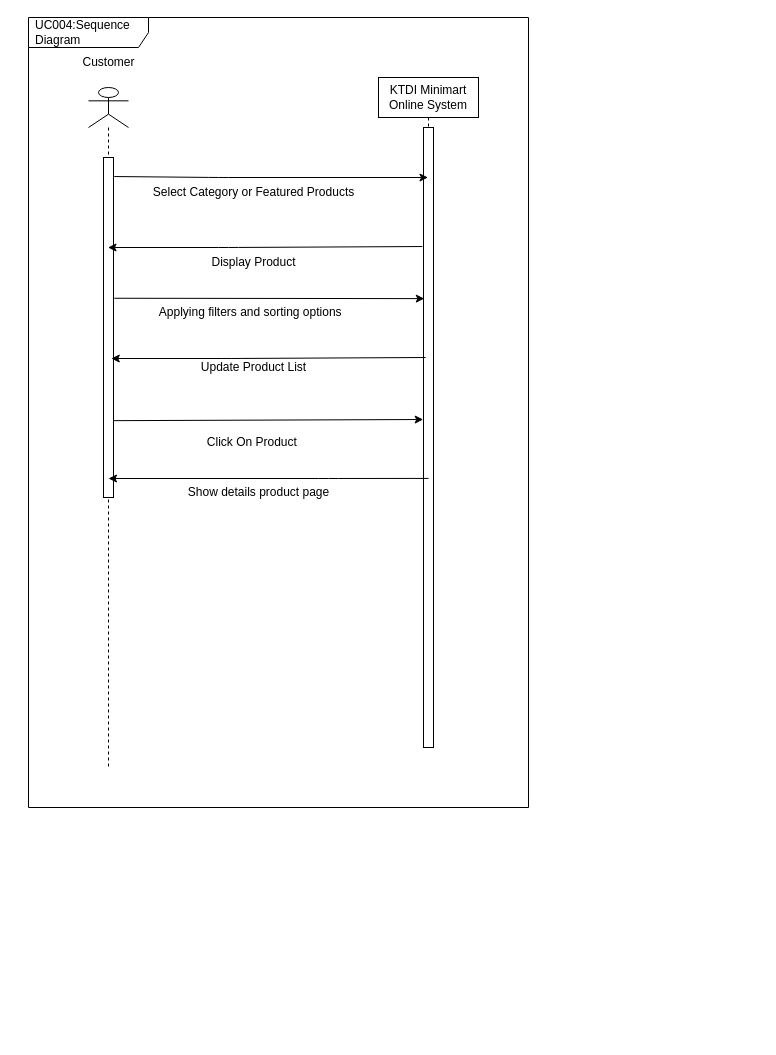
Before: proposal/submission/sec02/Allen/UC004/sequence diagram.drawio in drshahizan/software-engineering, a draw.io diagram. Source tidied: cells renumbered, new cells numbered last; positions are measured from the earlier drawing's top-left corner, leaving out a move shared by most shapes. Both pictures are drawn from the tidied source at 100%, with x=0, y=0 at pixel (28, 17).
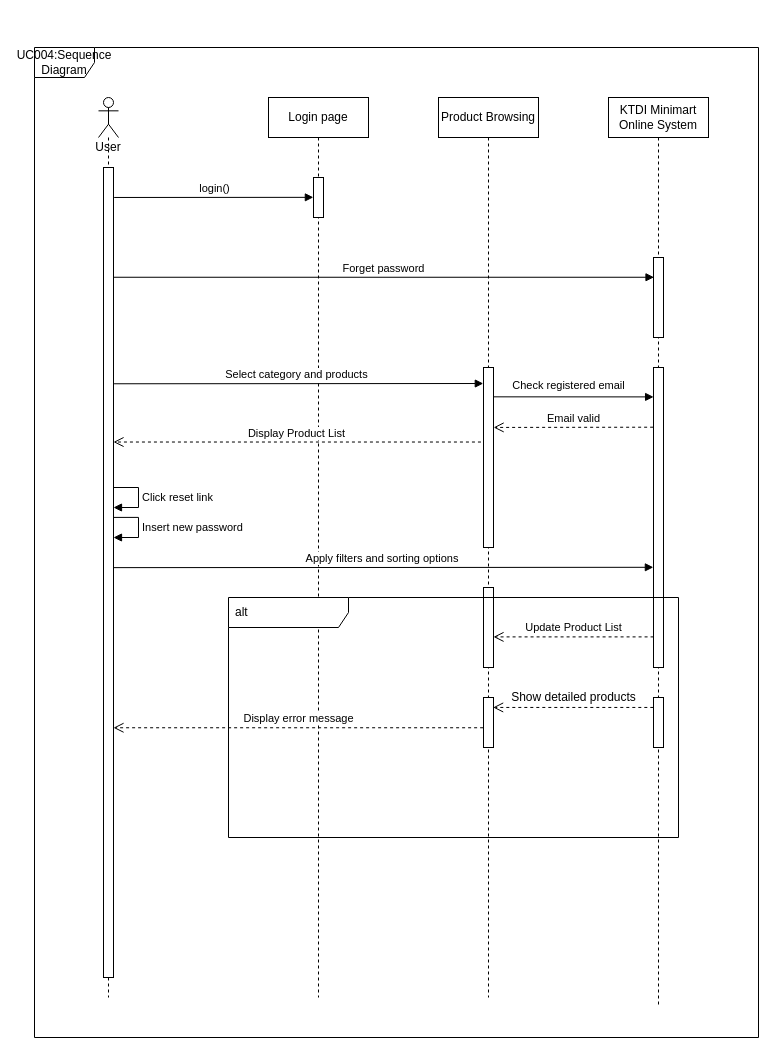
The same diagram, later.

The edit, as a diff of the source:
```diff
@@
-    <mxCell id="2" style="shape=umlLifeline;participant=umlActor;perimeter=lifelinePerimeter;whiteSpace=wrap;html=1;verticalAlign=top;spacingTop=36;outlineConnect=0;" parent="1" vertex="1">
-      <mxGeometry x="60" y="70" width="40" height="680" as="geometry" />
-    </mxCell>
-    <mxCell id="3" style="html=1;points=[];perimeter=orthogonalPerimeter;" parent="2" vertex="1">
-      <mxGeometry x="15" y="70" width="10" height="340" as="geometry" />
-    </mxCell>
+    <mxCell id="20" value="User" style="shape=umlLifeline;participant=umlActor;perimeter=lifelinePerimeter;whiteSpace=wrap;html=1;verticalAlign=top;spacingTop=36;" parent="1" vertex="1">
+      <mxGeometry x="70" y="80" width="20" height="900" as="geometry" />
+    </mxCell>
+    <mxCell id="21" style="html=1;points=[];perimeter=orthogonalPerimeter;" parent="20" vertex="1">
+      <mxGeometry x="5" y="70" width="10" height="810" as="geometry" />
+    </mxCell>
+    <mxCell id="22" value="Click reset link" style="edgeStyle=orthogonalEdgeStyle;html=1;align=left;spacingLeft=2;endArrow=block;rounded=0;entryX=1;entryY=0;" parent="20" edge="1">
+      <mxGeometry relative="1" as="geometry">
+        <mxPoint x="15" y="390" as="sourcePoint" />
+        <mxPoint x="15" y="410" as="targetPoint" />
+        <Array as="points">
+          <mxPoint x="40" y="390" />
+        </Array>
+      </mxGeometry>
+    </mxCell>
+    <mxCell id="23" value="Insert new password" style="edgeStyle=orthogonalEdgeStyle;html=1;align=left;spacingLeft=2;endArrow=block;rounded=0;entryX=1;entryY=0;exitX=1.025;exitY=0.432;exitDx=0;exitDy=0;exitPerimeter=0;" parent="20" edge="1" source="21">
+      <mxGeometry relative="1" as="geometry">
+        <mxPoint x="15" y="440" as="targetPoint" />
+        <Array as="points">
+          <mxPoint x="40" y="420" />
+          <mxPoint x="40" y="440" />
+        </Array>
+      </mxGeometry>
+    </mxCell>
+    <mxCell id="24" value="Login page" style="shape=umlLifeline;perimeter=lifelinePerimeter;whiteSpace=wrap;html=1;" parent="1" vertex="1">
+      <mxGeometry x="240" y="80" width="100" height="900" as="geometry" />
+    </mxCell>
+    <mxCell id="25" style="html=1;points=[];perimeter=orthogonalPerimeter;" parent="24" vertex="1">
+      <mxGeometry x="45" y="80" width="10" height="40" as="geometry" />
+    </mxCell>
+    <mxCell id="26" value="Product Browsing" style="shape=umlLifeline;perimeter=lifelinePerimeter;whiteSpace=wrap;html=1;" parent="1" vertex="1">
+      <mxGeometry x="410" y="80" width="100" height="900" as="geometry" />
+    </mxCell>
+    <mxCell id="27" style="html=1;points=[];perimeter=orthogonalPerimeter;" parent="26" vertex="1">
+      <mxGeometry x="45" y="270" width="10" height="180" as="geometry" />
+    </mxCell>
+    <mxCell id="28" style="html=1;points=[];perimeter=orthogonalPerimeter;" parent="26" vertex="1">
+      <mxGeometry x="45" y="490" width="10" height="80" as="geometry" />
+    </mxCell>
+    <mxCell id="29" style="html=1;points=[];perimeter=orthogonalPerimeter;" parent="26" vertex="1">
+      <mxGeometry x="45" y="600" width="10" height="50" as="geometry" />
+    </mxCell>
     <mxCell id="4" value="KTDI Minimart Online System" style="shape=umlLifeline;perimeter=lifelinePerimeter;whiteSpace=wrap;html=1;outlineConnect=0;" parent="1" vertex="1">
-      <mxGeometry x="350" y="60" width="100" height="670" as="geometry" />
+      <mxGeometry x="580" y="80" width="100" height="910" as="geometry" />
     </mxCell>
-    <mxCell id="5" style="html=1;points=[];perimeter=orthogonalPerimeter;" parent="4" vertex="1">
-      <mxGeometry x="45" y="50" width="10" height="620" as="geometry" />
-    </mxCell>
-    <mxCell id="6" value="Customer" style="text;html=1;align=center;verticalAlign=middle;strokeColor=none;fillColor=none;" parent="1" vertex="1">
-      <mxGeometry x="40" y="30" width="80" height="30" as="geometry" />
-    </mxCell>
-    <mxCell id="7" style="endArrow=classic;html=1;exitX=1.08;exitY=0.056;exitDx=0;exitDy=0;exitPerimeter=0;" parent="1" edge="1" source="3" target="4">
-      <mxGeometry relative="1" as="geometry">
-        <Array as="points">
-          <mxPoint x="190" y="160" />
-        </Array>
-      </mxGeometry>
-    </mxCell>
-    <mxCell id="8" value="Select Category or Featured Products" style="text;html=1;align=center;verticalAlign=middle;strokeColor=none;fillColor=none;" parent="1" vertex="1">
-      <mxGeometry x="115" y="160" width="220" height="30" as="geometry" />
-    </mxCell>
-    <mxCell id="9" style="endArrow=classic;html=1;exitX=-0.12;exitY=0.192;exitDx=0;exitDy=0;exitPerimeter=0;" parent="1" edge="1" source="5" target="2">
-      <mxGeometry relative="1" as="geometry">
-        <Array as="points">
-          <mxPoint x="200" y="230" />
-        </Array>
-      </mxGeometry>
-    </mxCell>
-    <mxCell id="10" style="endArrow=classic;html=1;entryX=0.078;entryY=0.276;entryDx=0;entryDy=0;entryPerimeter=0;exitX=1.078;exitY=0.414;exitDx=0;exitDy=0;exitPerimeter=0;" parent="1" edge="1" source="3" target="5">
-      <mxGeometry relative="1" as="geometry" />
-    </mxCell>
-    <mxCell id="11" style="endArrow=classic;html=1;entryX=-0.033;entryY=0.471;entryDx=0;entryDy=0;entryPerimeter=0;exitX=0.967;exitY=0.774;exitDx=0;exitDy=0;exitPerimeter=0;" parent="1" edge="1" source="3" target="5">
-      <mxGeometry relative="1" as="geometry" />
-    </mxCell>
-    <mxCell id="12" style="endArrow=classic;html=1;exitX=-0.12;exitY=0.192;exitDx=0;exitDy=0;exitPerimeter=0;" parent="1" edge="1">
-      <mxGeometry relative="1" as="geometry">
-        <mxPoint x="397.2" y="340" as="sourcePoint" />
-        <mxPoint x="82.8" y="341" as="targetPoint" />
-        <Array as="points">
-          <mxPoint x="203.4" y="341" />
-        </Array>
-      </mxGeometry>
-    </mxCell>
-    <mxCell id="13" value="Display Product" style="text;html=1;align=center;verticalAlign=middle;strokeColor=none;fillColor=none;" parent="1" vertex="1">
-      <mxGeometry x="170" y="230" width="110" height="30" as="geometry" />
-    </mxCell>
-    <mxCell id="14" value="Applying filters and sorting options&amp;nbsp;&amp;nbsp;" style="text;html=1;align=center;verticalAlign=middle;strokeColor=none;fillColor=none;" parent="1" vertex="1">
-      <mxGeometry x="120" y="280" width="210" height="30" as="geometry" />
-    </mxCell>
+    <mxCell id="30" style="html=1;points=[];perimeter=orthogonalPerimeter;" parent="4" vertex="1">
+      <mxGeometry x="45" y="160" width="10" height="80" as="geometry" />
+    </mxCell>
+    <mxCell id="31" style="html=1;points=[];perimeter=orthogonalPerimeter;" parent="4" vertex="1">
+      <mxGeometry x="45" y="270" width="10" height="300" as="geometry" />
+    </mxCell>
+    <mxCell id="32" style="html=1;points=[];perimeter=orthogonalPerimeter;" parent="4" vertex="1">
+      <mxGeometry x="45" y="600" width="10" height="50" as="geometry" />
+    </mxCell>
+    <mxCell id="33" value="login()" style="html=1;verticalAlign=bottom;endArrow=block;entryX=-0.014;entryY=0.496;entryDx=0;entryDy=0;entryPerimeter=0;exitX=1.067;exitY=0.037;exitDx=0;exitDy=0;exitPerimeter=0;" parent="1" edge="1" source="21" target="25">
+      <mxGeometry relative="1" as="geometry" />
+    </mxCell>
+    <mxCell id="34" value="Forget password" style="html=1;verticalAlign=bottom;endArrow=block;entryX=0.052;entryY=0.247;entryDx=0;entryDy=0;entryPerimeter=0;" parent="1" edge="1" source="21" target="30">
+      <mxGeometry relative="1" as="geometry" />
+    </mxCell>
+    <mxCell id="35" value="Select category and products&amp;nbsp;&amp;nbsp;" style="html=1;verticalAlign=bottom;endArrow=block;exitX=1.055;exitY=0.267;exitDx=0;exitDy=0;exitPerimeter=0;entryX=-0.02;entryY=0.089;entryDx=0;entryDy=0;entryPerimeter=0;" parent="1" edge="1" source="21" target="27">
+      <mxGeometry relative="1" as="geometry" />
+    </mxCell>
+    <mxCell id="36" value="Check registered email" style="html=1;verticalAlign=bottom;endArrow=block;entryX=0.009;entryY=0.098;entryDx=0;entryDy=0;entryPerimeter=0;exitX=1.037;exitY=0.163;exitDx=0;exitDy=0;exitPerimeter=0;" parent="1" edge="1" source="27" target="31">
+      <mxGeometry x="-0.06" y="2" relative="1" as="geometry" />
+    </mxCell>
+    <mxCell id="37" value="Display Product List" style="html=1;verticalAlign=bottom;endArrow=open;dashed=1;endSize=8;exitX=-0.256;exitY=0.414;exitDx=0;exitDy=0;exitPerimeter=0;" parent="1" edge="1" source="27" target="21">
+      <mxGeometry relative="1" as="geometry" />
+    </mxCell>
+    <mxCell id="38" value="Email valid" style="html=1;verticalAlign=bottom;endArrow=open;dashed=1;endSize=8;entryX=1.013;entryY=0.333;entryDx=0;entryDy=0;entryPerimeter=0;exitX=-0.036;exitY=0.199;exitDx=0;exitDy=0;exitPerimeter=0;" parent="1" edge="1" source="31" target="27">
+      <mxGeometry relative="1" as="geometry" />
+    </mxCell>
+    <mxCell id="39" value="Apply filters and sorting options&amp;nbsp;" style="html=1;verticalAlign=bottom;endArrow=block;exitX=1.005;exitY=0.494;exitDx=0;exitDy=0;exitPerimeter=0;entryX=-0.014;entryY=0.666;entryDx=0;entryDy=0;entryPerimeter=0;" parent="1" edge="1" source="21" target="31">
+      <mxGeometry relative="1" as="geometry" />
+    </mxCell>
-    <mxCell id="15" value="Update Product List" style="text;html=1;align=center;verticalAlign=middle;strokeColor=none;fillColor=none;" parent="1" vertex="1">
-      <mxGeometry x="160" y="335" width="130" height="30" as="geometry" />
+    <mxCell id="15" value="Update Product List" style="html=1;verticalAlign=bottom;endArrow=open;dashed=1;endSize=8;exitX=0.009;exitY=0.898;exitDx=0;exitDy=0;exitPerimeter=0;" parent="1" edge="1" source="31" target="28">
+      <mxGeometry relative="1" as="geometry" />
     </mxCell>
-    <mxCell id="16" value="Click On Product&amp;nbsp;" style="text;html=1;align=center;verticalAlign=middle;strokeColor=none;fillColor=none;" parent="1" vertex="1">
-      <mxGeometry x="165" y="410" width="120" height="30" as="geometry" />
-    </mxCell>
-    <mxCell id="17" style="endArrow=classic;html=1;exitX=0.5;exitY=0.566;exitDx=0;exitDy=0;exitPerimeter=0;" parent="1" edge="1" source="5">
-      <mxGeometry relative="1" as="geometry">
-        <mxPoint x="80" y="461" as="targetPoint" />
-        <Array as="points">
-          <mxPoint x="300" y="461" />
-        </Array>
-      </mxGeometry>
-    </mxCell>
-    <mxCell id="18" value="Show details product page" style="text;html=1;align=center;verticalAlign=middle;strokeColor=none;fillColor=none;" parent="1" vertex="1">
-      <mxGeometry x="150" y="460" width="160" height="30" as="geometry" />
-    </mxCell>
+    <mxCell id="40" style="html=1;verticalAlign=bottom;endArrow=open;dashed=1;endSize=8;exitX=-0.019;exitY=0.199;exitDx=0;exitDy=0;exitPerimeter=0;entryX=0.962;entryY=0.199;entryDx=0;entryDy=0;entryPerimeter=0;" parent="1" edge="1" source="32" target="29">
+      <mxGeometry relative="1" as="geometry" />
+    </mxCell>
+    <mxCell id="41" value="Display error message" style="html=1;verticalAlign=bottom;endArrow=open;dashed=1;endSize=8;exitX=-0.038;exitY=0.605;exitDx=0;exitDy=0;exitPerimeter=0;" parent="1" edge="1" source="29" target="21">
+      <mxGeometry relative="1" as="geometry" />
+    </mxCell>
+    <mxCell id="42" value="Show detailed products" style="text;html=1;align=center;verticalAlign=middle;strokeColor=none;fillColor=none;" parent="1" vertex="1">
+      <mxGeometry x="470" y="665" width="150" height="30" as="geometry" />
+    </mxCell>
-    <mxCell id="19" value="UC004:Sequence Diagram" style="shape=umlFrame;whiteSpace=wrap;html=1;width=120;height=30;boundedLbl=1;verticalAlign=middle;align=left;spacingLeft=5;" parent="1" vertex="1">
-      <mxGeometry width="500" height="790" as="geometry" />
+    <mxCell id="19" value="UC004:Sequence Diagram" style="shape=umlFrame;whiteSpace=wrap;html=1;" parent="1" vertex="1">
+      <mxGeometry x="6" y="30" width="724" height="990" as="geometry" />
     </mxCell>
+    <mxCell id="43" value="alt" style="shape=umlFrame;whiteSpace=wrap;html=1;width=120;height=30;boundedLbl=1;verticalAlign=middle;align=left;spacingLeft=5;" parent="1" vertex="1">
+      <mxGeometry x="200" y="580" width="450" height="240" as="geometry" />
+    </mxCell>
```
